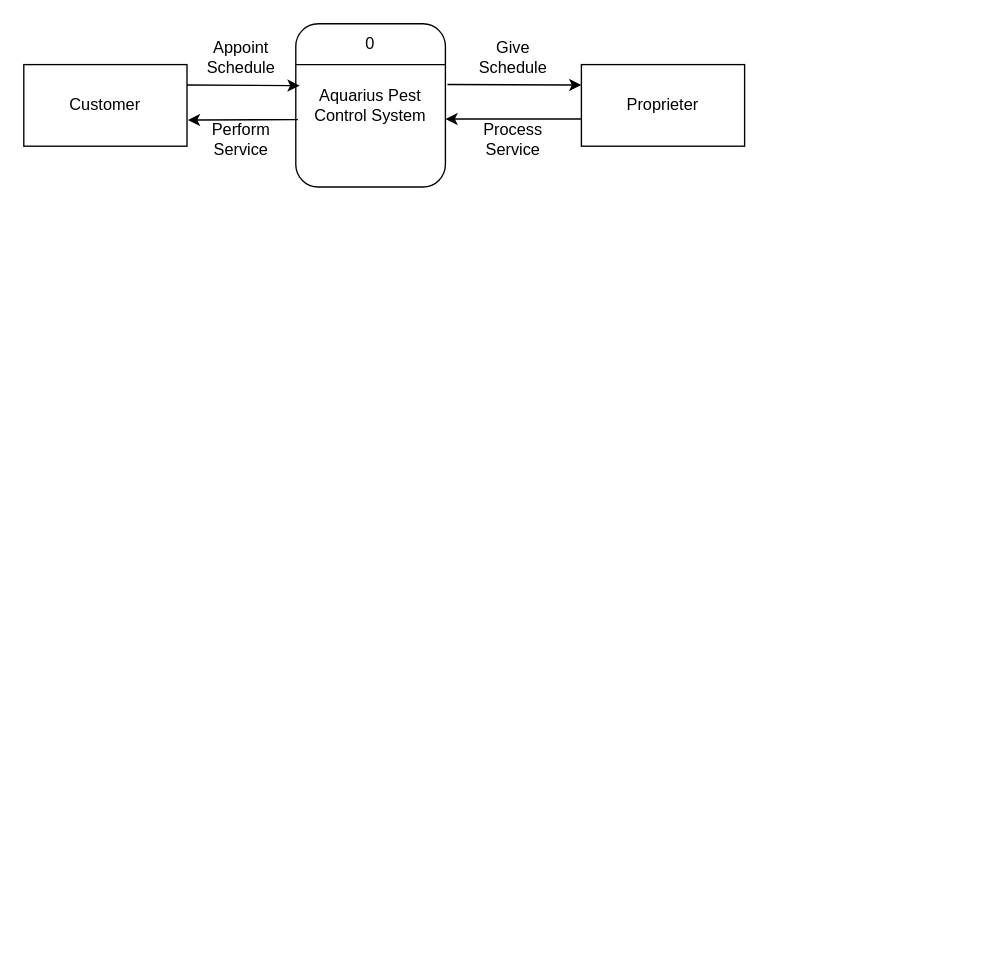
The draw.io diagram CFD/DFD AquariusPestControl.drawio in Beskiit/DIAGRAMS, before the edit. Source tidied: cells renumbered, new cells numbered last; positions are measured from the earlier drawing's top-left corner, leaving out a move shared by most shapes. Both pictures are drawn from the tidied source at 136%, with x=0, y=0 at pixel (23, 23).
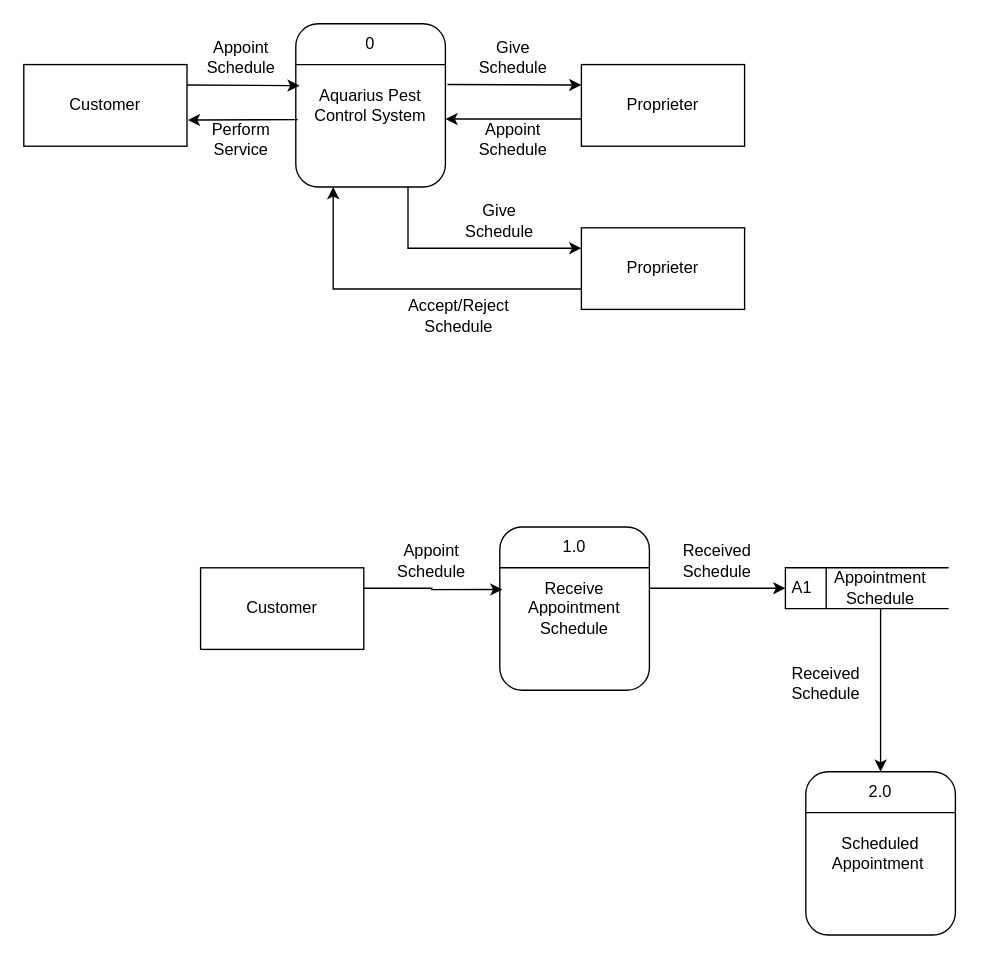
After the change.

Unchanged cells that the change refers to:
```xml
<mxCell id="2" value="Aquarius Pest Control System" style="rounded=1;whiteSpace=wrap;html=1;" parent="1" vertex="1">
  <mxGeometry x="200" width="110" height="120" as="geometry" />
</mxCell>
```

What changed in the source:
```diff
@@
+    <mxCell id="15" style="edgeStyle=orthogonalEdgeStyle;rounded=0;jettySize=auto;html=1;exitX=0.75;exitY=1;exitDx=0;exitDy=0;entryX=0;entryY=0.25;entryDx=0;entryDy=0;" parent="1" edge="1" source="2" target="17">
+      <mxGeometry relative="1" as="geometry" />
+    </mxCell>
@@
-    <mxCell id="13" value="Process Service" style="text;html=1;align=center;verticalAlign=middle;whiteSpace=wrap;rounded=0;" parent="1" vertex="1">
+    <mxCell id="13" value="Appoint Schedule" style="text;html=1;align=center;verticalAlign=middle;whiteSpace=wrap;rounded=0;" parent="1" vertex="1">
       <mxGeometry x="330" y="70" width="60" height="30" as="geometry" />
     </mxCell>
@@
+    <mxCell id="16" style="edgeStyle=orthogonalEdgeStyle;rounded=0;jettySize=auto;html=1;exitX=0;exitY=0.75;exitDx=0;exitDy=0;entryX=0.25;entryY=1;entryDx=0;entryDy=0;" parent="1" edge="1" source="17" target="2">
+      <mxGeometry relative="1" as="geometry" />
+    </mxCell>
+    <mxCell id="17" value="Proprieter" style="rounded=0;whiteSpace=wrap;html=1;" parent="1" vertex="1">
+      <mxGeometry x="410" y="150" width="120" height="60" as="geometry" />
+    </mxCell>
+    <mxCell id="18" value="Give Schedule" style="text;html=1;align=center;verticalAlign=middle;whiteSpace=wrap;rounded=0;" parent="1" vertex="1">
+      <mxGeometry x="320" y="130" width="60" height="30" as="geometry" />
+    </mxCell>
+    <mxCell id="19" value="Accept/Reject Schedule" style="text;html=1;align=center;verticalAlign=middle;whiteSpace=wrap;rounded=0;" parent="1" vertex="1">
+      <mxGeometry x="290" y="200" width="60" height="30" as="geometry" />
+    </mxCell>
+    <mxCell id="20" value="Receive Appointment Schedule" style="rounded=1;whiteSpace=wrap;html=1;" parent="1" vertex="1">
+      <mxGeometry x="350" y="370" width="110" height="120" as="geometry" />
+    </mxCell>
+    <mxCell id="21" style="endArrow=none;html=1;rounded=0;entryX=1;entryY=0.25;entryDx=0;entryDy=0;exitX=0;exitY=0.25;exitDx=0;exitDy=0;" parent="1" edge="1" source="20" target="20">
+      <mxGeometry relative="1" as="geometry" />
+    </mxCell>
+    <mxCell id="22" value="1.0" style="text;html=1;align=center;verticalAlign=middle;whiteSpace=wrap;rounded=0;" parent="1" vertex="1">
+      <mxGeometry x="375" y="370" width="60" height="30" as="geometry" />
+    </mxCell>
+    <mxCell id="23" value="Customer" style="rounded=0;whiteSpace=wrap;html=1;" parent="1" vertex="1">
+      <mxGeometry x="130" y="400" width="120" height="60" as="geometry" />
+    </mxCell>
+    <mxCell id="24" style="edgeStyle=orthogonalEdgeStyle;rounded=0;jettySize=auto;html=1;exitX=1;exitY=0.25;exitDx=0;exitDy=0;entryX=0.018;entryY=0.383;entryDx=0;entryDy=0;entryPerimeter=0;" parent="1" edge="1" source="23" target="20">
+      <mxGeometry relative="1" as="geometry" />
+    </mxCell>
+    <mxCell id="25" value="Appoint Schedule" style="text;html=1;align=center;verticalAlign=middle;whiteSpace=wrap;rounded=0;" parent="1" vertex="1">
+      <mxGeometry x="270" y="380" width="60" height="30" as="geometry" />
+    </mxCell>
+    <mxCell id="26" value="A1" style="html=1;dashed=0;whiteSpace=wrap;shape=mxgraph.dfd.dataStoreID;align=left;spacingLeft=3;points=[[0,0],[0.5,0],[1,0],[0,0.5],[1,0.5],[0,1],[0.5,1],[1,1]];" parent="1" vertex="1">
+      <mxGeometry x="560" y="400" width="120" height="30" as="geometry" />
+    </mxCell>
+    <mxCell id="27" style="edgeStyle=orthogonalEdgeStyle;rounded=0;jettySize=auto;html=1;exitX=0.5;exitY=1;exitDx=0;exitDy=0;entryX=0.5;entryY=0;entryDx=0;entryDy=0;" parent="1" edge="1" source="28" target="33">
+      <mxGeometry relative="1" as="geometry" />
+    </mxCell>
+    <mxCell id="28" value="Appointment Schedule" style="text;html=1;align=center;verticalAlign=middle;whiteSpace=wrap;rounded=0;" parent="1" vertex="1">
+      <mxGeometry x="600" y="400" width="60" height="30" as="geometry" />
+    </mxCell>
+    <mxCell id="29" style="endArrow=classic;html=1;rounded=0;exitX=1.004;exitY=0.375;exitDx=0;exitDy=0;exitPerimeter=0;entryX=0;entryY=0.5;entryDx=0;entryDy=0;" parent="1" edge="1" source="20" target="26">
+      <mxGeometry relative="1" as="geometry" />
+    </mxCell>
+    <mxCell id="30" value="Received Schedule" style="text;html=1;align=center;verticalAlign=middle;whiteSpace=wrap;rounded=0;" parent="1" vertex="1">
+      <mxGeometry x="480" y="380" width="60" height="30" as="geometry" />
+    </mxCell>
+    <mxCell id="31" value="Scheduled Appointment&amp;nbsp;" style="rounded=1;whiteSpace=wrap;html=1;" parent="1" vertex="1">
+      <mxGeometry x="575" y="550" width="110" height="120" as="geometry" />
+    </mxCell>
+    <mxCell id="32" style="endArrow=none;html=1;rounded=0;entryX=1;entryY=0.25;entryDx=0;entryDy=0;exitX=0;exitY=0.25;exitDx=0;exitDy=0;" parent="1" edge="1" source="31" target="31">
+      <mxGeometry relative="1" as="geometry" />
+    </mxCell>
+    <mxCell id="33" value="2.0" style="text;html=1;align=center;verticalAlign=middle;whiteSpace=wrap;rounded=0;" parent="1" vertex="1">
+      <mxGeometry x="600" y="550" width="60" height="30" as="geometry" />
+    </mxCell>
+    <mxCell id="34" value="Received Schedule" style="text;html=1;align=center;verticalAlign=middle;whiteSpace=wrap;rounded=0;" parent="1" vertex="1">
+      <mxGeometry x="560" y="470" width="60" height="30" as="geometry" />
+    </mxCell>
```
